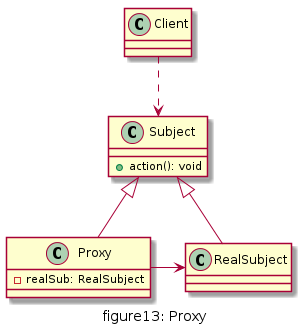
Earlier version of the PlantUML export doc/img/figure13_proxy.png (daileyet/designpattern4cplusplus).
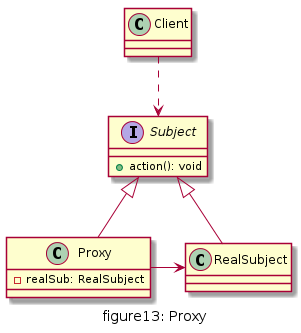
Later version of the same file.

Change to the diagram source:
```diff
@@ -1,7 +1,7 @@
-@startuml
+@startuml "figure13_proxy"
 caption figure13: Proxy
 
-class Subject{
+interface Subject{
     + action(): void
 }
 
@@ -17,4 +17,5 @@
 Subject <|-- Proxy
 Proxy -right-> RealSubject
 Client ..> Subject
+
 @enduml
```
